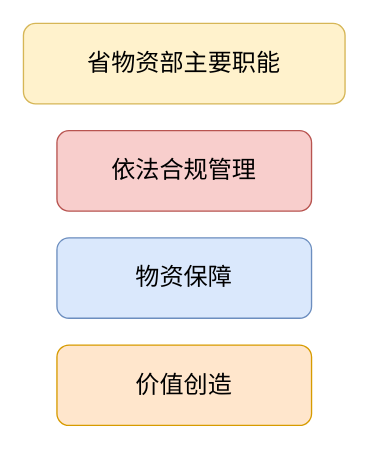
Before: 省物资部主要职能.drawio in KongValley/Bilibili-desc, a draw.io diagram. Source tidied: cells renumbered, new cells numbered last; positions are measured from the earlier drawing's top-left corner, leaving out a move shared by most shapes. Both pictures are drawn from the tidied source at 134%, with x=0, y=0 at pixel (23, 23).
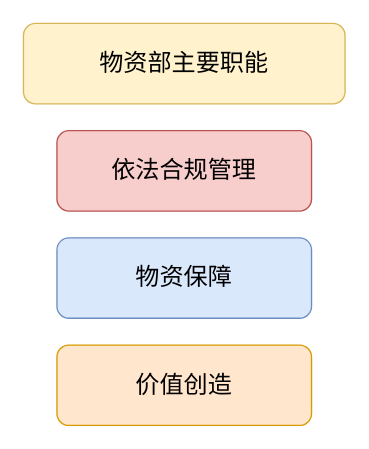
The same diagram, later.

Commit message (it also covers changes not shown here):
更新省物资部主要职能.drawio

What changed in the source:
```diff
@@
 <mxGraphModel>
   <root>
     <mxCell id="0" />
     <mxCell id="1" parent="0" />
-    <mxCell id="2" value="省物资部主要职能" style="whiteSpace=wrap;html=1;fontSize=18;fontFamily=MiSans;rounded=1;fillColor=#fff2cc;strokeColor=#d6b656;" parent="1" vertex="1">
+    <mxCell id="2" value="物资部主要职能" style="whiteSpace=wrap;html=1;fontSize=18;fontFamily=MiSans;rounded=1;fillColor=#fff2cc;strokeColor=#d6b656;" parent="1" vertex="1">
       <mxGeometry width="240" height="60" as="geometry" />
     </mxCell>
     <mxCell id="3" value="依法合规管理" style="whiteSpace=wrap;html=1;fontSize=18;fontFamily=MiSans;rounded=1;fillColor=#f8cecc;strokeColor=#b85450;" parent="1" vertex="1">
       <mxGeometry x="25" y="80" width="190" height="60" as="geometry" />
     </mxCell>
     <mxCell id="4" value="物资保障" style="whiteSpace=wrap;html=1;fontSize=18;fontFamily=MiSans;rounded=1;fillColor=#dae8fc;strokeColor=#6c8ebf;" parent="1" vertex="1">
       <mxGeometry x="25" y="160" width="190" height="60" as="geometry" />
     </mxCell>
     <mxCell id="5" value="价值创造" style="whiteSpace=wrap;html=1;fontSize=18;fontFamily=MiSans;rounded=1;fillColor=#ffe6cc;strokeColor=#d79b00;" parent="1" vertex="1">
       <mxGeometry x="25" y="240" width="190" height="60" as="geometry" />
     </mxCell>
   </root>
 </mxGraphModel>
```
